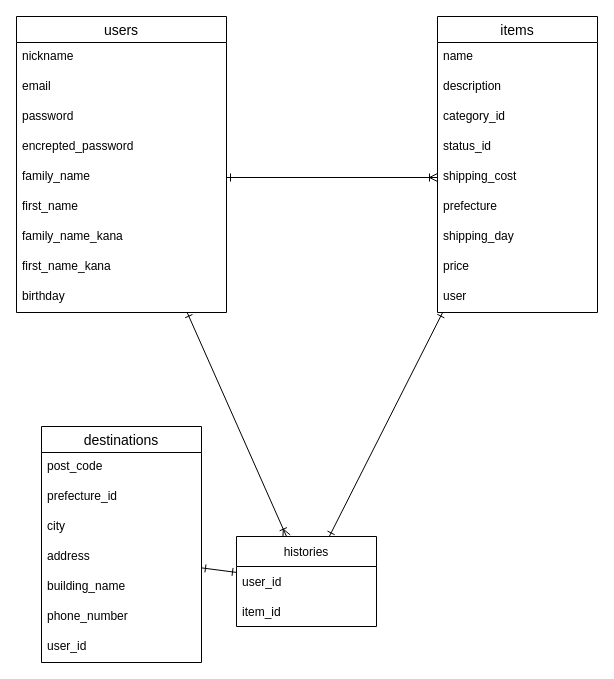
valuset3/furima-38021 keeps this draw.io diagram as ER.dio. Above is the earlier version. Source tidied: cells renumbered, new cells numbered last; positions are measured from the earlier drawing's top-left corner, leaving out a move shared by most shapes. Both pictures are drawn from the tidied source at 100%, with x=0, y=0 at pixel (16, 16).
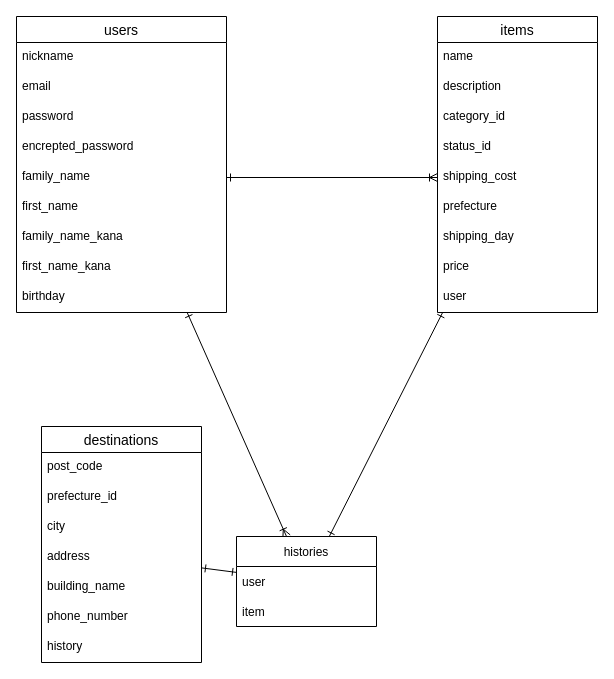
Above is the later version.

The change refers to these unchanged cells:
```xml
<mxCell id="25" value="destinations" style="swimlane;fontStyle=0;horizontal=1;startSize=26;align=center;fontSize=14;" parent="1" vertex="1">
  <mxGeometry x="25" y="410" width="160" height="236" as="geometry" />
</mxCell>
<mxCell id="33" value="histories" style="swimlane;fontStyle=0;horizontal=1;startSize=30;" parent="1" vertex="1">
  <mxGeometry x="220" y="520" width="140" height="90" as="geometry" />
</mxCell>
```

What changed in the source:
```diff
@@
-    <mxCell id="32" value="user_id" style="text;strokeColor=none;fillColor=none;spacingLeft=4;spacingRight=4;overflow=hidden;fontSize=12;" parent="25" vertex="1">
+    <mxCell id="32" value="history" style="text;strokeColor=none;fillColor=none;spacingLeft=4;spacingRight=4;overflow=hidden;fontSize=12;" parent="25" vertex="1">
       <mxGeometry y="206" width="160" height="30" as="geometry" />
     </mxCell>
@@
-    <mxCell id="34" value="user_id" style="text;strokeColor=none;fillColor=none;align=left;verticalAlign=middle;spacingLeft=4;spacingRight=4;overflow=hidden;" parent="33" vertex="1">
+    <mxCell id="34" value="user" style="text;strokeColor=none;fillColor=none;align=left;verticalAlign=middle;spacingLeft=4;spacingRight=4;overflow=hidden;" parent="33" vertex="1">
       <mxGeometry y="30" width="140" height="30" as="geometry" />
     </mxCell>
-    <mxCell id="35" value="item_id" style="text;strokeColor=none;fillColor=none;align=left;verticalAlign=middle;spacingLeft=4;spacingRight=4;overflow=hidden;" parent="33" vertex="1">
+    <mxCell id="35" value="item" style="text;strokeColor=none;fillColor=none;align=left;verticalAlign=middle;spacingLeft=4;spacingRight=4;overflow=hidden;" parent="33" vertex="1">
       <mxGeometry y="60" width="140" height="30" as="geometry" />
     </mxCell>
```
